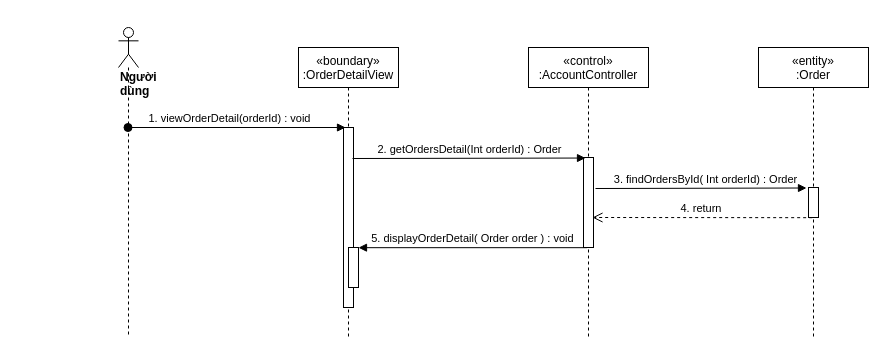
This is sequence diagram/view-OrderDetail.drawio from nguyenphamvan/datn_20202, a draw.io file, before an edit. Source tidied: cells renumbered, new cells numbered last; positions are measured from the earlier drawing's top-left corner, leaving out a move shared by most shapes. Both pictures are drawn from the tidied source at 100%, with x=0, y=0 at pixel (118, 27).
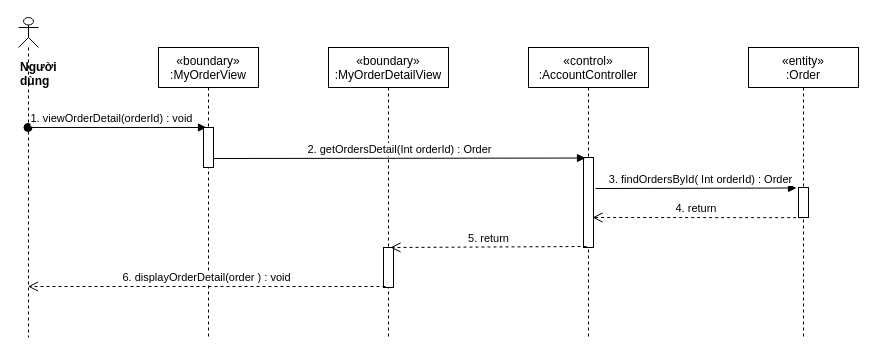
The same diagram, later.

Diff of the diagram source:
```diff
@@
 <mxGraphModel>
   <root>
     <mxCell id="0" />
     <mxCell id="1" parent="0" />
-    <mxCell id="2" value="«boundary»&#10;:OrderDetailView" style="shape=umlLifeline;perimeter=lifelinePerimeter;rounded=0;shadow=0;strokeWidth=1;" parent="1" vertex="1">
-      <mxGeometry x="180" y="20" width="100" height="290" as="geometry" />
+    <mxCell id="2" value="«boundary»&#10;:MyOrderDetailView" style="shape=umlLifeline;perimeter=lifelinePerimeter;rounded=0;shadow=0;strokeWidth=1;" parent="1" vertex="1">
+      <mxGeometry x="210" y="20" width="120" height="290" as="geometry" />
     </mxCell>
-    <mxCell id="3" style="points=[];perimeter=orthogonalPerimeter;rounded=0;shadow=0;strokeWidth=1;" parent="2" vertex="1">
-      <mxGeometry x="45" y="80" width="10" height="180" as="geometry" />
-    </mxCell>
     <mxCell id="4" style="html=1;points=[];perimeter=orthogonalPerimeter;" parent="2" vertex="1">
-      <mxGeometry x="50" y="200" width="10" height="40" as="geometry" />
+      <mxGeometry x="55" y="200" width="10" height="40" as="geometry" />
     </mxCell>
     <mxCell id="5" value="«control»&#10;:AccountController" style="shape=umlLifeline;perimeter=lifelinePerimeter;rounded=0;shadow=0;strokeWidth=1;" parent="1" vertex="1">
       <mxGeometry x="410" y="20" width="120" height="290" as="geometry" />
     </mxCell>
     <mxCell id="6" style="points=[];perimeter=orthogonalPerimeter;rounded=0;shadow=0;strokeWidth=1;" parent="5" vertex="1">
       <mxGeometry x="55" y="110" width="10" height="90" as="geometry" />
     </mxCell>
-    <mxCell id="7" value="&lt;div&gt;&lt;b&gt;Người dùng&lt;/b&gt;&lt;/div&gt;" style="shape=umlLifeline;participant=umlActor;perimeter=lifelinePerimeter;whiteSpace=wrap;html=1;verticalAlign=top;spacingTop=36;outlineConnect=0;align=left;" parent="1" vertex="1">
-      <mxGeometry width="20" height="310" as="geometry" />
+    <mxCell id="7" value="&lt;div&gt;&lt;b&gt;Người dùng&lt;/b&gt;&lt;/div&gt;" style="shape=umlLifeline;participant=umlActor;perimeter=lifelinePerimeter;whiteSpace=wrap;html=1;verticalAlign=top;spacingTop=36;outlineConnect=0;align=left;size=30;" parent="1" vertex="1">
+      <mxGeometry x="-100" y="-10" width="20" height="320" as="geometry" />
     </mxCell>
-    <mxCell id="8" value="1. viewOrderDetail(orderId) : void" style="verticalAlign=bottom;startArrow=oval;endArrow=block;startSize=8;shadow=0;strokeWidth=1;entryX=0.2;entryY=0;entryDx=0;entryDy=0;entryPerimeter=0;" parent="1" edge="1" source="7" target="3">
+    <mxCell id="8" value="1. viewOrderDetail(orderId) : void" style="verticalAlign=bottom;startArrow=oval;endArrow=block;startSize=8;shadow=0;strokeWidth=1;entryX=0.3;entryY=0;entryDx=0;entryDy=0;entryPerimeter=0;" parent="1" edge="1" source="7" target="16">
       <mxGeometry x="-0.06" relative="1" as="geometry" />
     </mxCell>
-    <mxCell id="9" value="2. getOrdersDetail(Int orderId) : Order" style="html=1;verticalAlign=bottom;endArrow=block;entryX=0.2;entryY=0.006;entryDx=0;entryDy=0;entryPerimeter=0;" parent="1" edge="1" target="6">
-      <mxGeometry relative="1" as="geometry">
-        <mxPoint x="234" y="131" as="sourcePoint" />
-      </mxGeometry>
+    <mxCell id="9" value="2. getOrdersDetail(Int orderId) : Order" style="html=1;verticalAlign=bottom;endArrow=block;entryX=0.2;entryY=0.006;entryDx=0;entryDy=0;entryPerimeter=0;exitX=0.9;exitY=0.775;exitDx=0;exitDy=0;exitPerimeter=0;" parent="1" edge="1" source="16" target="6">
+      <mxGeometry relative="1" as="geometry" />
     </mxCell>
     <mxCell id="10" value="«entity»&#10;:Order" style="shape=umlLifeline;perimeter=lifelinePerimeter;rounded=0;shadow=0;strokeWidth=1;" parent="1" vertex="1">
-      <mxGeometry x="640" y="20" width="110" height="290" as="geometry" />
+      <mxGeometry x="630" y="20" width="110" height="290" as="geometry" />
     </mxCell>
     <mxCell id="11" style="points=[];perimeter=orthogonalPerimeter;rounded=0;shadow=0;strokeWidth=1;" parent="10" vertex="1">
       <mxGeometry x="50" y="140" width="10" height="30" as="geometry" />
     </mxCell>
     <mxCell id="12" value="3. findOrdersById( Int orderId) : Order" style="html=1;verticalAlign=bottom;endArrow=block;entryX=-0.2;entryY=0.017;entryDx=0;entryDy=0;entryPerimeter=0;" parent="1" edge="1" target="11">
       <mxGeometry x="0.04" relative="1" as="geometry">
         <mxPoint x="477" y="161" as="sourcePoint" />
       </mxGeometry>
     </mxCell>
     <mxCell id="13" value="4. return&amp;nbsp;" style="html=1;verticalAlign=bottom;endArrow=open;dashed=1;endSize=8;exitX=0.367;exitY=1.006;exitDx=0;exitDy=0;exitPerimeter=0;" parent="1" edge="1" source="11">
       <mxGeometry relative="1" as="geometry">
         <mxPoint x="474" y="190" as="targetPoint" />
       </mxGeometry>
     </mxCell>
+    <mxCell id="15" value="«boundary»&#10;:MyOrderView" style="shape=umlLifeline;perimeter=lifelinePerimeter;rounded=0;shadow=0;strokeWidth=1;" parent="1" vertex="1">
+      <mxGeometry x="40" y="20" width="100" height="290" as="geometry" />
+    </mxCell>
+    <mxCell id="16" style="html=1;points=[];perimeter=orthogonalPerimeter;" parent="15" vertex="1">
+      <mxGeometry x="45" y="80" width="10" height="40" as="geometry" />
+    </mxCell>
+    <mxCell id="17" value="&lt;span style=&quot;color: rgb(0 , 0 , 0) ; font-family: &amp;#34;helvetica&amp;#34; ; font-size: 11px ; font-style: normal ; font-weight: 400 ; letter-spacing: normal ; text-align: center ; text-indent: 0px ; text-transform: none ; word-spacing: 0px ; background-color: rgb(255 , 255 , 255) ; display: inline ; float: none&quot;&gt;6. displayOrderDetail(order ) : void&lt;/span&gt;" style="html=1;verticalAlign=bottom;endArrow=open;dashed=1;endSize=8;exitX=0.2;exitY=0.975;exitDx=0;exitDy=0;exitPerimeter=0;" parent="1" edge="1" source="4" target="7">
+      <mxGeometry relative="1" as="geometry" />
+    </mxCell>
-    <mxCell id="14" value="5. displayOrderDetail( Order order ) : void" style="verticalAlign=bottom;endArrow=block;shadow=0;strokeWidth=1;exitX=0.34;exitY=1.002;exitDx=0;exitDy=0;exitPerimeter=0;" parent="1" edge="1" source="6" target="4">
+    <mxCell id="14" value="5. return" style="html=1;verticalAlign=bottom;endArrow=open;dashed=1;endSize=8;entryX=0.7;entryY=0;entryDx=0;entryDy=0;entryPerimeter=0;exitX=0.3;exitY=0.989;exitDx=0;exitDy=0;exitPerimeter=0;" parent="1" edge="1" source="6" target="4">
       <mxGeometry relative="1" as="geometry" />
     </mxCell>
   </root>
 </mxGraphModel>
```
